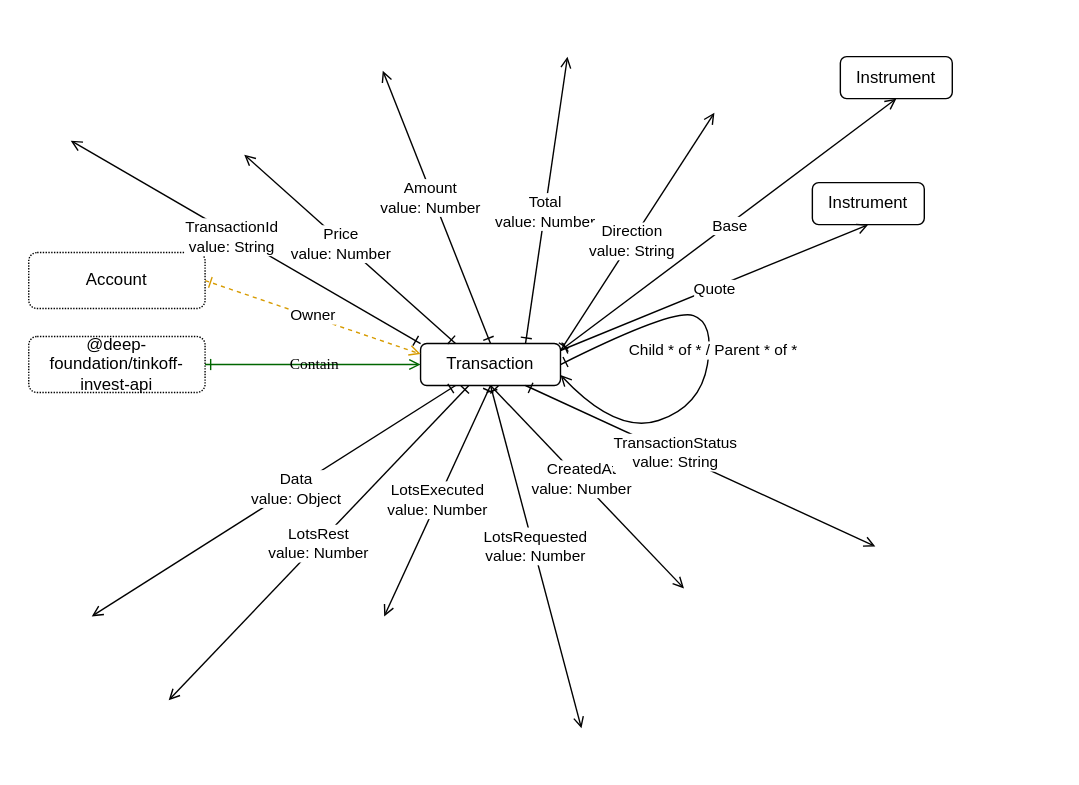
The draw.io diagram src/transaction/Transaction.drawio.svg in suenot/deep-tinkoff-invest-api, before a commit. Source tidied: cells renumbered, new cells last; positions are measured from the earlier drawing's top-left corner, leaving out a move shared by most shapes.
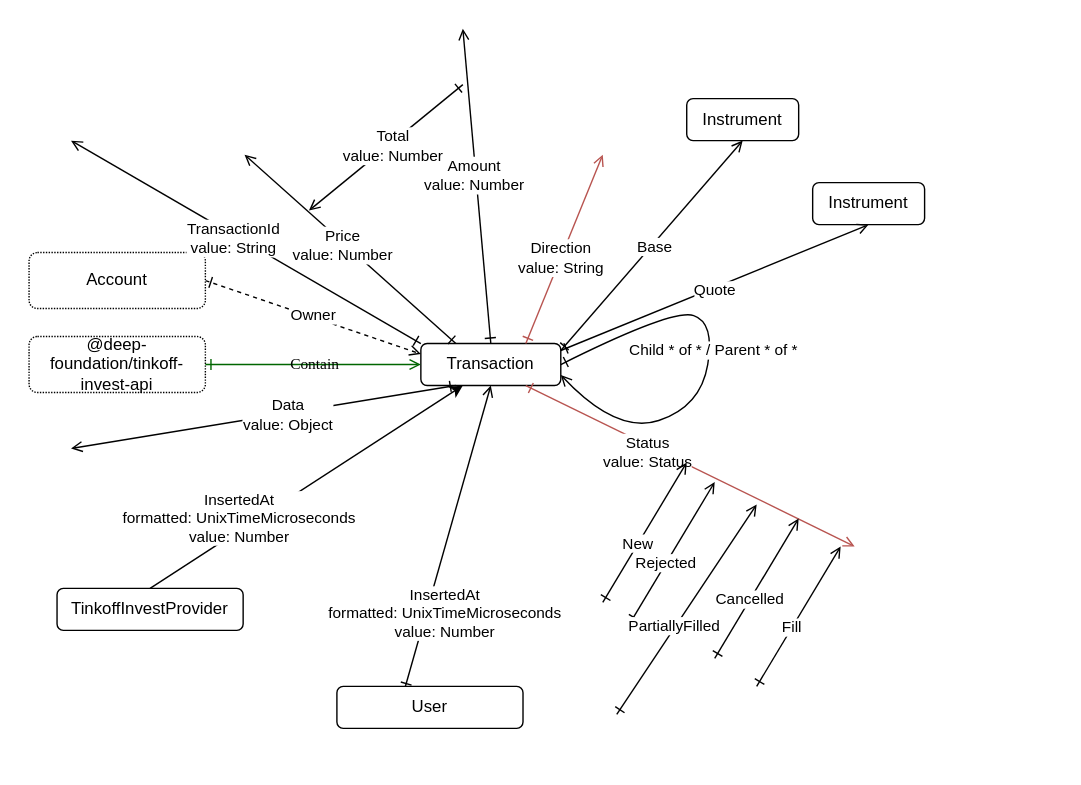
Later version of the same file.

Commit message:
transaction and candle drawio

What changed in the source:
```diff
@@ -5,9 +5,9 @@
     <mxCell id="2" style="rounded=0;whiteSpace=wrap;html=1;strokeColor=none;" parent="1" vertex="1">
       <mxGeometry width="770" height="560" as="geometry" />
     </mxCell>
-    <mxCell id="3" style="edgeStyle=none;html=1;exitX=0.5;exitY=0;exitDx=0;exitDy=0;entryX=0.5;entryY=1;entryDx=0;entryDy=0;startArrow=ERone;startFill=0;endArrow=open;endFill=0;" parent="1" edge="1" source="5">
+    <mxCell id="3" style="edgeStyle=none;html=1;exitX=0.5;exitY=0;exitDx=0;exitDy=0;startArrow=ERone;startFill=0;endArrow=open;endFill=0;" parent="1" edge="1" source="5">
       <mxGeometry relative="1" as="geometry">
-        <mxPoint x="273" y="50" as="targetPoint" />
+        <mxPoint x="330" y="20" as="targetPoint" />
       </mxGeometry>
     </mxCell>
     <mxCell id="4" value="Amount&lt;br&gt;value: Number" style="edgeLabel;html=1;align=center;verticalAlign=middle;" parent="3" vertex="1">
@@ -16,18 +16,18 @@
     <mxCell id="5" value="Transaction" style="rounded=1;whiteSpace=wrap;html=1;labelBackgroundColor=none;" parent="1" vertex="1">
       <mxGeometry x="300" y="245" width="100" height="30" as="geometry" />
     </mxCell>
-    <mxCell id="6" style="edgeStyle=none;html=1;exitX=0.75;exitY=0;exitDx=0;exitDy=0;startArrow=ERone;startFill=0;entryX=0.5;entryY=1;entryDx=0;entryDy=0;endArrow=open;endFill=0;" parent="1" edge="1" source="5">
+    <mxCell id="6" style="edgeStyle=none;html=1;startArrow=ERone;startFill=0;endArrow=open;endFill=0;" parent="1" edge="1">
       <mxGeometry relative="1" as="geometry">
-        <mxPoint x="405" y="40" as="targetPoint" />
+        <mxPoint x="330" y="60" as="sourcePoint" />
+        <mxPoint x="220" y="150" as="targetPoint" />
       </mxGeometry>
     </mxCell>
     <mxCell id="7" value="Total&lt;br&gt;value: Number" style="edgeLabel;html=1;align=center;verticalAlign=middle;" parent="6" vertex="1">
       <mxGeometry x="-0.07" y="1" relative="1" as="geometry" />
     </mxCell>
-    <mxCell id="8" style="edgeStyle=none;html=1;startArrow=ERone;startFill=0;entryX=0.5;entryY=1;entryDx=0;entryDy=0;endArrow=open;endFill=0;strokeColor=#000000;" parent="1" edge="1">
+    <mxCell id="8" style="edgeStyle=none;html=1;startArrow=ERone;startFill=0;endArrow=open;endFill=0;strokeColor=#b85450;exitX=0.75;exitY=0;exitDx=0;exitDy=0;fillColor=#f8cecc;" parent="1" edge="1" source="5">
       <mxGeometry relative="1" as="geometry">
-        <mxPoint x="400" y="250" as="sourcePoint" />
-        <mxPoint x="510" y="80" as="targetPoint" />
+        <mxPoint x="430" y="110" as="targetPoint" />
       </mxGeometry>
     </mxCell>
     <mxCell id="9" value="Direction&lt;br&gt;value: String" style="edgeLabel;html=1;align=center;verticalAlign=middle;" parent="8" vertex="1">
@@ -41,7 +41,7 @@
     <mxCell id="11" value="Price&lt;br&gt;value: Number" style="edgeLabel;html=1;align=center;verticalAlign=middle;" parent="10" vertex="1">
       <mxGeometry x="0.08" y="2" relative="1" as="geometry" />
     </mxCell>
-    <mxCell id="12" style="edgeStyle=none;html=1;exitX=1;exitY=0.5;exitDx=0;exitDy=0;startArrow=ERone;startFill=0;entryX=0;entryY=0.25;entryDx=0;entryDy=0;endArrow=open;endFill=0;dashed=1;strokeColor=#D79B00;" parent="1" edge="1" source="14" target="5">
+    <mxCell id="12" style="edgeStyle=none;html=1;exitX=1;exitY=0.5;exitDx=0;exitDy=0;startArrow=ERone;startFill=0;entryX=0;entryY=0.25;entryDx=0;entryDy=0;endArrow=open;endFill=0;dashed=1;strokeColor=#000000;" parent="1" edge="1" source="14" target="5">
       <mxGeometry relative="1" as="geometry" />
     </mxCell>
     <mxCell id="13" value="Owner" style="edgeLabel;html=1;align=center;verticalAlign=middle;" parent="12" vertex="1">
@@ -56,13 +56,13 @@
     <mxCell id="16" value="Contain" style="jettySize=auto;html=1;shadow=0;labelBackgroundColor=none;startArrow=ERone;startFill=0;endArrow=open;endFill=0;fontColor=#000000;fontFamily=Comic Sans MS;entryX=0;entryY=0.5;entryDx=0;entryDy=0;exitX=1;exitY=0.5;exitDx=0;exitDy=0;strokeColor=#006600;" parent="1" edge="1" source="15" target="5">
       <mxGeometry relative="1" as="geometry" />
     </mxCell>
-    <mxCell id="17" style="edgeStyle=none;html=1;exitX=0.5;exitY=1;exitDx=0;exitDy=0;startArrow=ERone;startFill=0;entryX=0.203;entryY=0;entryDx=0;entryDy=0;endArrow=open;endFill=0;entryPerimeter=0;strokeColor=#000000;" parent="1" edge="1" source="5">
-      <mxGeometry relative="1" as="geometry">
-        <mxPoint x="488.3" y="420" as="targetPoint" />
-      </mxGeometry>
+    <mxCell id="17" style="edgeStyle=none;html=1;startArrow=ERone;startFill=0;endArrow=open;endFill=0;strokeColor=#000000;entryX=0.5;entryY=1;entryDx=0;entryDy=0;exitX=0.364;exitY=0.062;exitDx=0;exitDy=0;exitPerimeter=0;" parent="1" edge="1" source="47" target="5">
+      <mxGeometry relative="1" as="geometry" />
     </mxCell>
-    <mxCell id="18" value="CreatedAt&lt;br&gt;value: Number" style="edgeLabel;html=1;align=center;verticalAlign=middle;" parent="17" vertex="1">
-      <mxGeometry x="-0.07" y="1" relative="1" as="geometry" />
+    <mxCell id="18" value="InsertedAt&lt;br&gt;formatted: UnixTimeMicroseconds&amp;nbsp;&lt;br&gt;value: Number" style="edgeLabel;html=1;align=center;verticalAlign=middle;" parent="17" vertex="1">
+      <mxGeometry x="-0.07" y="1" relative="1" as="geometry">
+        <mxPoint y="46" as="offset" />
+      </mxGeometry>
     </mxCell>
     <mxCell id="19" style="edgeStyle=none;html=1;exitX=0;exitY=0;exitDx=0;exitDy=0;startArrow=ERone;startFill=0;endArrow=open;endFill=0;entryX=0.5;entryY=1;entryDx=0;entryDy=0;" parent="1" edge="1" source="5">
       <mxGeometry relative="1" as="geometry">
@@ -72,34 +72,23 @@
     <mxCell id="20" value="TransactionId&lt;br&gt;value: String" style="edgeLabel;html=1;align=center;verticalAlign=middle;" parent="19" vertex="1">
       <mxGeometry x="0.08" y="2" relative="1" as="geometry" />
     </mxCell>
-    <mxCell id="21" style="edgeStyle=none;html=1;exitX=0.5;exitY=1;exitDx=0;exitDy=0;startArrow=ERone;startFill=0;entryX=0.5;entryY=0;entryDx=0;entryDy=0;endArrow=open;endFill=0;strokeColor=#000000;" parent="1" edge="1" source="5">
-      <mxGeometry relative="1" as="geometry">
-        <mxPoint x="415" y="520" as="targetPoint" />
-      </mxGeometry>
-    </mxCell>
-    <mxCell id="22" value="LotsRequested&lt;br&gt;value: Number" style="edgeLabel;html=1;align=center;verticalAlign=middle;" parent="21" vertex="1">
-      <mxGeometry x="-0.07" y="1" relative="1" as="geometry" />
-    </mxCell>
-    <mxCell id="23" value="LotsExecuted&lt;br&gt;value: Number" style="edgeStyle=none;html=1;exitX=0.5;exitY=1;exitDx=0;exitDy=0;startArrow=ERone;startFill=0;entryX=0.5;entryY=0;entryDx=0;entryDy=0;endArrow=open;endFill=0;strokeColor=#000000;" parent="1" edge="1" source="5">
-      <mxGeometry relative="1" as="geometry">
-        <mxPoint x="274" y="440" as="targetPoint" />
-      </mxGeometry>
-    </mxCell>
-    <mxCell id="24" style="edgeStyle=none;html=1;exitX=0.25;exitY=1;exitDx=0;exitDy=0;startArrow=ERone;startFill=0;entryX=0.5;entryY=0;entryDx=0;entryDy=0;endArrow=open;endFill=0;" parent="1" edge="1" source="5">
+    <mxCell id="24" style="edgeStyle=none;html=1;exitX=0.25;exitY=1;exitDx=0;exitDy=0;startArrow=ERone;startFill=0;endArrow=open;endFill=0;" parent="1" edge="1" source="5">
       <mxGeometry relative="1" as="geometry">
-        <mxPoint x="65" y="440" as="targetPoint" />
+        <mxPoint x="50" y="320" as="targetPoint" />
       </mxGeometry>
     </mxCell>
     <mxCell id="25" value="Data&lt;br&gt;value: Object" style="edgeLabel;html=1;align=center;verticalAlign=middle;" parent="24" vertex="1">
       <mxGeometry x="-0.12" relative="1" as="geometry" />
     </mxCell>
-    <mxCell id="26" style="edgeStyle=none;html=1;exitX=0.75;exitY=1;exitDx=0;exitDy=0;startArrow=ERone;startFill=0;entryX=0.25;entryY=0;entryDx=0;entryDy=0;endArrow=open;endFill=0;strokeColor=#000000;" parent="1" edge="1" source="5">
+    <mxCell id="26" style="edgeStyle=none;html=1;exitX=0.75;exitY=1;exitDx=0;exitDy=0;startArrow=ERone;startFill=0;endArrow=open;endFill=0;strokeColor=#b85450;fillColor=#f8cecc;" parent="1" edge="1" source="5">
       <mxGeometry relative="1" as="geometry">
-        <mxPoint x="625" y="390" as="targetPoint" />
+        <mxPoint x="610" y="390" as="targetPoint" />
       </mxGeometry>
     </mxCell>
-    <mxCell id="27" value="TransactionStatus&lt;br&gt;value: String" style="edgeLabel;html=1;align=center;verticalAlign=middle;" parent="26" vertex="1">
-      <mxGeometry x="-0.16" y="2" relative="1" as="geometry" />
+    <mxCell id="27" value="Status&lt;br&gt;value: Status" style="edgeLabel;html=1;align=center;verticalAlign=middle;" parent="26" vertex="1">
+      <mxGeometry x="-0.16" y="2" relative="1" as="geometry">
+        <mxPoint x="-15" as="offset" />
+      </mxGeometry>
     </mxCell>
     <mxCell id="28" style="edgeStyle=none;html=1;startArrow=ERone;startFill=0;endArrow=open;endFill=0;strokeColor=#000000;exitX=1;exitY=0.5;exitDx=0;exitDy=0;curved=1;entryX=1;entryY=0.75;entryDx=0;entryDy=0;" parent="1" edge="1" source="5" target="5">
       <mxGeometry relative="1" as="geometry">
@@ -126,7 +115,7 @@
       <mxGeometry relative="1" as="geometry" />
     </mxCell>
     <mxCell id="33" value="Instrument" style="rounded=1;whiteSpace=wrap;html=1;labelBackgroundColor=none;" parent="1" vertex="1">
-      <mxGeometry x="600" y="40" width="80" height="30" as="geometry" />
+      <mxGeometry x="490" y="70" width="80" height="30" as="geometry" />
     </mxCell>
     <mxCell id="34" style="edgeStyle=none;html=1;startArrow=ERone;startFill=0;entryX=0.5;entryY=1;entryDx=0;entryDy=0;endArrow=open;endFill=0;strokeColor=#000000;" parent="1" edge="1" target="33">
       <mxGeometry relative="1" as="geometry">
@@ -136,10 +125,62 @@
     <mxCell id="35" value="Base" style="edgeLabel;html=1;align=center;verticalAlign=middle;" parent="34" vertex="1">
       <mxGeometry relative="1" as="geometry" />
     </mxCell>
-    <mxCell id="36" value="LotsRest&lt;br&gt;value: Number" style="edgeStyle=none;html=1;exitX=0.345;exitY=1;exitDx=0;exitDy=0;startArrow=ERone;startFill=0;entryX=0.5;entryY=0;entryDx=0;entryDy=0;endArrow=open;endFill=0;strokeColor=#000000;exitPerimeter=0;" parent="1" edge="1" source="5">
-      <mxGeometry relative="1" as="geometry">
-        <mxPoint x="120" y="500" as="targetPoint" />
-      </mxGeometry>
-    </mxCell>
+    <mxCell id="37" style="edgeStyle=none;html=1;startArrow=ERone;startFill=0;endArrow=open;endFill=0;strokeColor=#000000;" parent="1" edge="1">
+      <mxGeometry relative="1" as="geometry">
+        <mxPoint x="430" y="430" as="sourcePoint" />
+        <mxPoint x="490" y="330" as="targetPoint" />
+      </mxGeometry>
+    </mxCell>
+    <mxCell id="38" value="New" style="edgeLabel;html=1;align=center;verticalAlign=middle;" parent="37" vertex="1">
+      <mxGeometry x="-0.16" y="2" relative="1" as="geometry" />
+    </mxCell>
+    <mxCell id="39" style="edgeStyle=none;html=1;startArrow=ERone;startFill=0;endArrow=open;endFill=0;strokeColor=#000000;" parent="1" edge="1">
+      <mxGeometry relative="1" as="geometry">
+        <mxPoint x="450" y="444" as="sourcePoint" />
+        <mxPoint x="510" y="344" as="targetPoint" />
+      </mxGeometry>
+    </mxCell>
+    <mxCell id="40" value="Rejected" style="edgeLabel;html=1;align=center;verticalAlign=middle;" parent="39" vertex="1">
+      <mxGeometry x="-0.16" y="2" relative="1" as="geometry" />
+    </mxCell>
+    <mxCell id="41" style="edgeStyle=none;html=1;startArrow=ERone;startFill=0;endArrow=open;endFill=0;strokeColor=#000000;" parent="1" edge="1">
+      <mxGeometry relative="1" as="geometry">
+        <mxPoint x="440" y="510" as="sourcePoint" />
+        <mxPoint x="540" y="360" as="targetPoint" />
+      </mxGeometry>
+    </mxCell>
+    <mxCell id="42" value="PartiallyFilled" style="edgeLabel;html=1;align=center;verticalAlign=middle;" parent="41" vertex="1">
+      <mxGeometry x="-0.16" y="2" relative="1" as="geometry" />
+    </mxCell>
+    <mxCell id="43" style="edgeStyle=none;html=1;startArrow=ERone;startFill=0;endArrow=open;endFill=0;strokeColor=#000000;" parent="1" edge="1">
+      <mxGeometry relative="1" as="geometry">
+        <mxPoint x="510" y="470" as="sourcePoint" />
+        <mxPoint x="570" y="370" as="targetPoint" />
+      </mxGeometry>
+    </mxCell>
+    <mxCell id="44" value="Cancelled" style="edgeLabel;html=1;align=center;verticalAlign=middle;" parent="43" vertex="1">
+      <mxGeometry x="-0.16" y="2" relative="1" as="geometry" />
+    </mxCell>
+    <mxCell id="45" style="edgeStyle=none;html=1;startArrow=ERone;startFill=0;endArrow=open;endFill=0;strokeColor=#000000;" parent="1" edge="1">
+      <mxGeometry relative="1" as="geometry">
+        <mxPoint x="540" y="490" as="sourcePoint" />
+        <mxPoint x="600" y="390" as="targetPoint" />
+      </mxGeometry>
+    </mxCell>
+    <mxCell id="46" value="Fill" style="edgeLabel;html=1;align=center;verticalAlign=middle;" parent="45" vertex="1">
+      <mxGeometry x="-0.16" y="2" relative="1" as="geometry" />
+    </mxCell>
+    <mxCell id="47" value="User" style="rounded=1;whiteSpace=wrap;html=1;labelBackgroundColor=none;" parent="1" vertex="1">
+      <mxGeometry x="240" y="490" width="133" height="30" as="geometry" />
+    </mxCell>
+    <mxCell id="48" value="InsertedAt&lt;br&gt;formatted: UnixTimeMicroseconds&amp;nbsp;&lt;br&gt;value: Number" style="edgeStyle=none;html=1;exitX=0.5;exitY=0;exitDx=0;exitDy=0;" parent="1" edge="1" source="49">
+      <mxGeometry x="-0.4" y="7" relative="1" as="geometry">
+        <mxPoint x="330" y="275" as="targetPoint" />
+        <mxPoint y="-1" as="offset" />
+      </mxGeometry>
+    </mxCell>
+    <mxCell id="49" value="TinkoffInvestProvider" style="rounded=1;whiteSpace=wrap;html=1;labelBackgroundColor=none;" parent="1" vertex="1">
+      <mxGeometry x="40" y="420" width="133" height="30" as="geometry" />
+    </mxCell>
   </root>
 </mxGraphModel>
```
